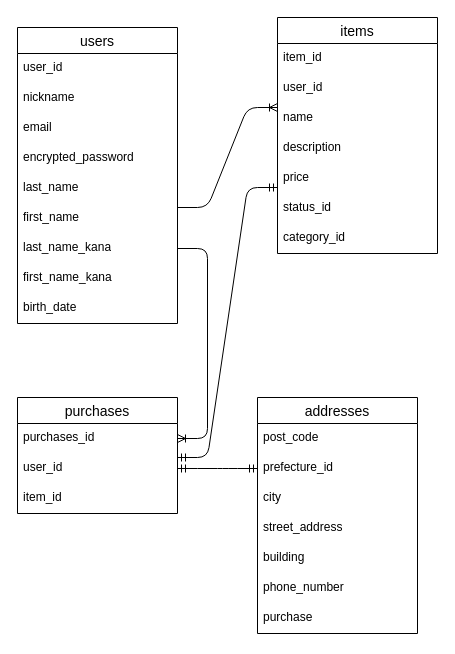
This is furima.dio from kazuki-0707/furima-45700, a draw.io file, before an edit. Source tidied: cells renumbered, new cells numbered last; positions are measured from the earlier drawing's top-left corner, leaving out a move shared by most shapes. Both pictures are drawn from the tidied source at 100%, with x=0, y=0 at pixel (17, 17).
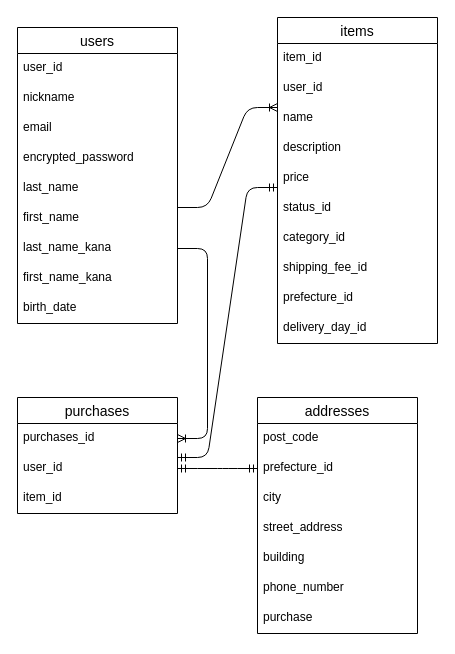
The same diagram, later.

Commit message (it also covers changes not shown here):
README、ER図の再々修正

What changed in the source:
```diff
@@
     <mxCell id="12" value="items" style="swimlane;fontStyle=0;horizontal=1;startSize=26;align=center;fontSize=14;" parent="1" vertex="1">
-      <mxGeometry x="260" width="160" height="236" as="geometry" />
+      <mxGeometry x="260" width="160" height="326" as="geometry" />
     </mxCell>
@@
+    <mxCell id="36" value="shipping_fee_id" style="text;strokeColor=none;fillColor=none;spacingLeft=4;spacingRight=4;overflow=hidden;fontSize=12;whiteSpace=wrap;html=1;" parent="12" vertex="1">
+      <mxGeometry y="236" width="160" height="30" as="geometry" />
+    </mxCell>
+    <mxCell id="37" value="prefecture_id" style="text;strokeColor=none;fillColor=none;spacingLeft=4;spacingRight=4;overflow=hidden;fontSize=12;whiteSpace=wrap;html=1;" parent="12" vertex="1">
+      <mxGeometry y="266" width="160" height="30" as="geometry" />
+    </mxCell>
+    <mxCell id="38" value="delivery_day_id" style="text;strokeColor=none;fillColor=none;spacingLeft=4;spacingRight=4;overflow=hidden;fontSize=12;whiteSpace=wrap;html=1;" parent="12" vertex="1">
+      <mxGeometry y="296" width="160" height="30" as="geometry" />
+    </mxCell>
```
